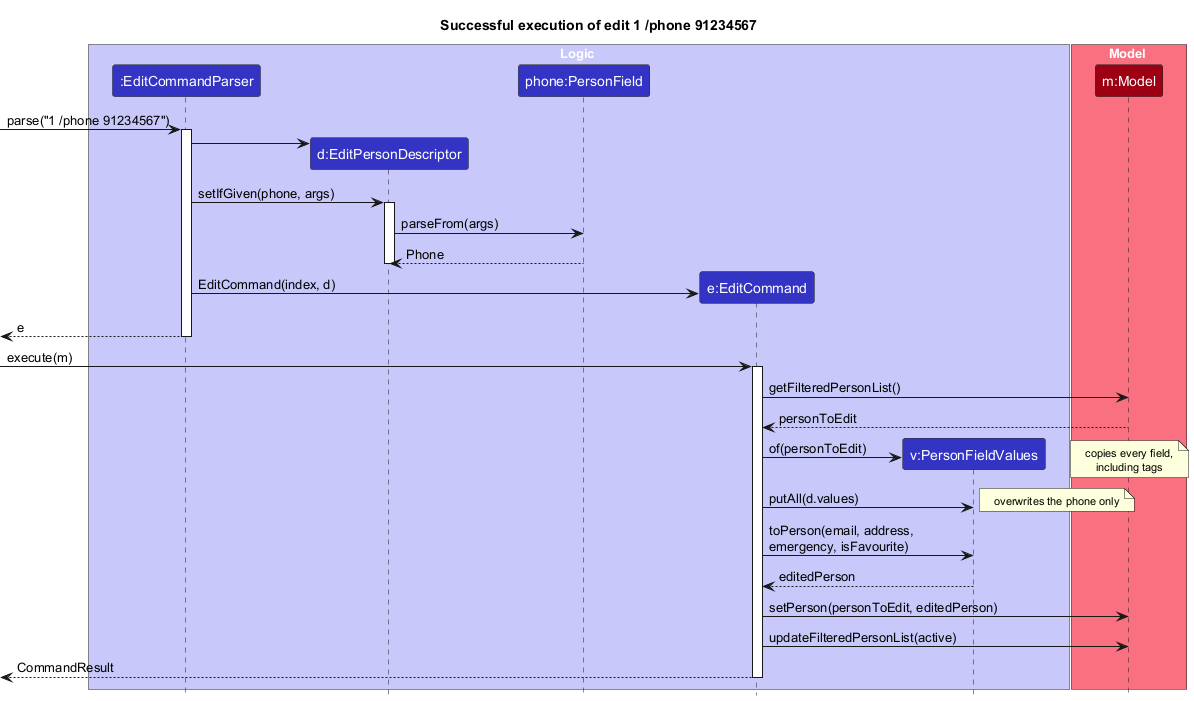
Above: docs/images/EditSequenceDiagram.png in AY2627S1-CS2103T-F10-1/tp (PlantUML), before the change.
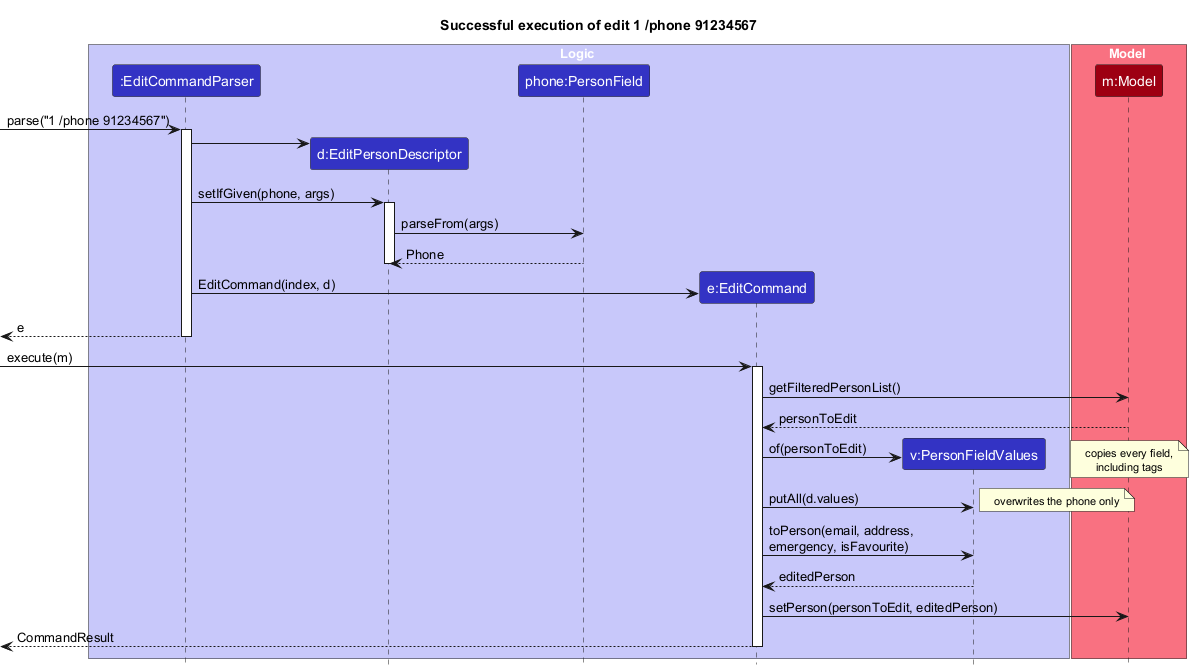
After the change.

Commit message:
Modify edit diagram that does not clear the filter

Diff of the diagram source:
```diff
@@ -51,7 +51,6 @@
 PersonFieldValues --> EditCommand : editedPerson
 
 EditCommand -> Model : setPerson(personToEdit, editedPerson)
-EditCommand -> Model : updateFilteredPersonList(active)
 
 [<-- EditCommand : CommandResult
 deactivate EditCommand
```
